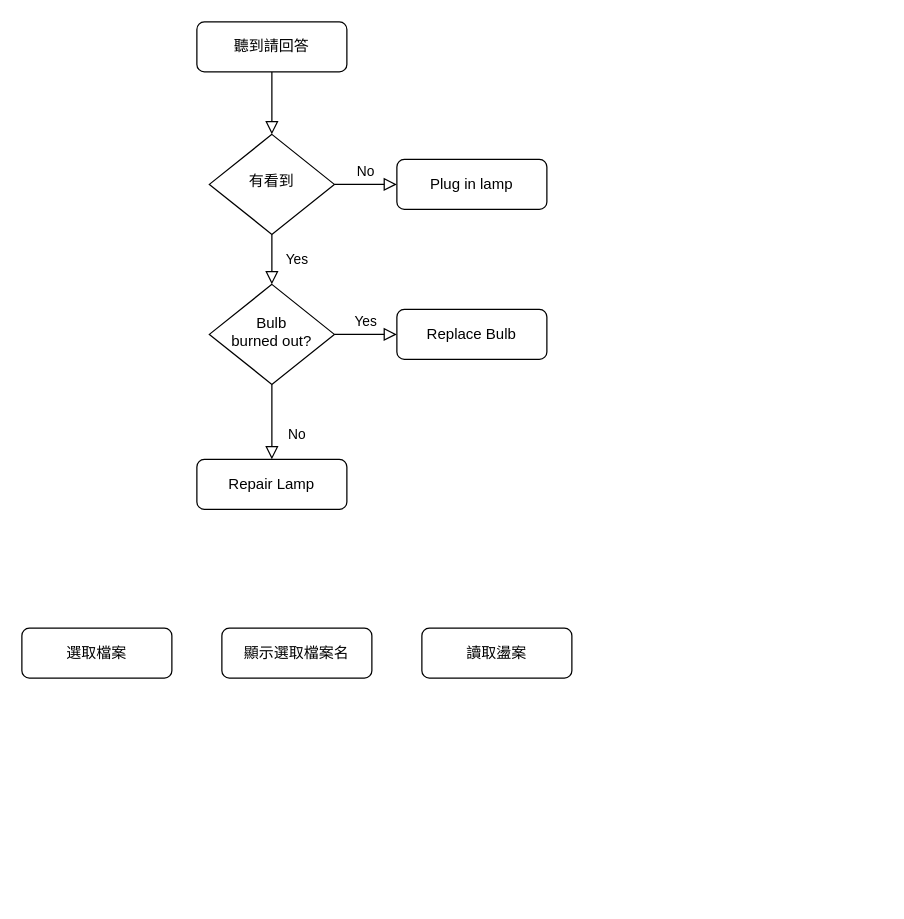
Before: 未命名绘图.drawio in weiyo176/----, a draw.io diagram. Source tidied: cells renumbered, new cells numbered last; positions are measured from the earlier drawing's top-left corner, leaving out a move shared by most shapes. Both pictures are drawn from the tidied source at 125%, with x=0, y=0 at pixel (21, 21).
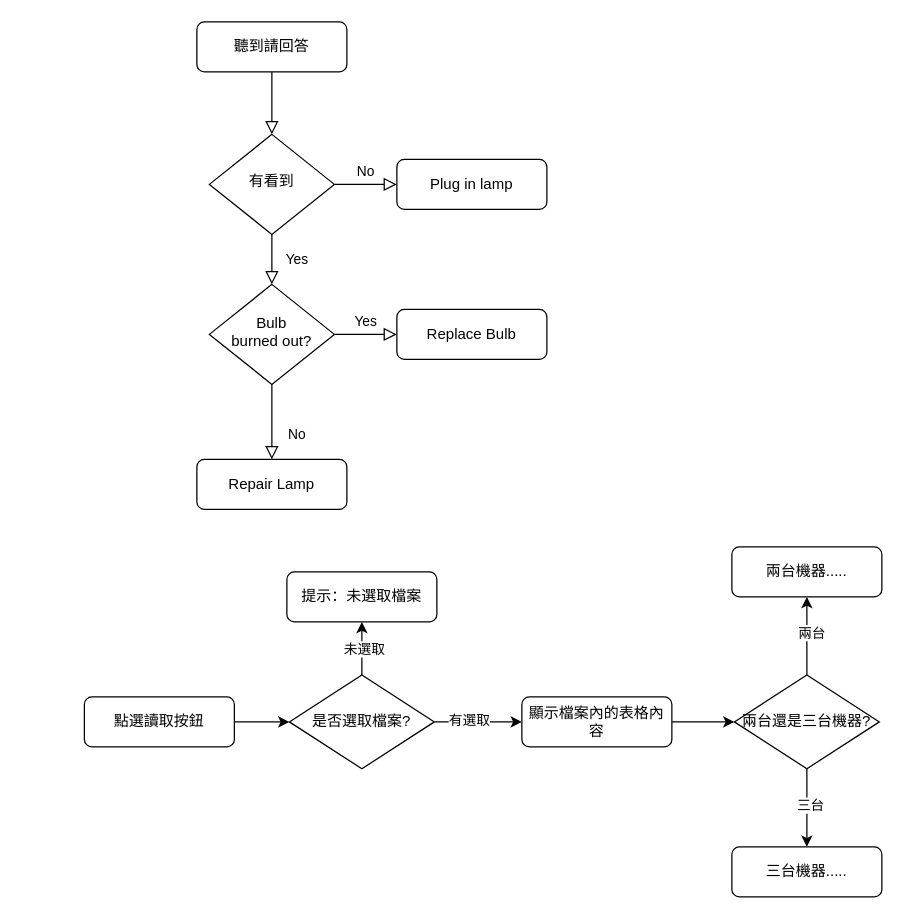
The same page after the edit.

Commit message:
前面的步驟

The edit, as a diff of the source:
```diff
@@
-    <mxCell id="13" value="選取檔案" style="rounded=1;whiteSpace=wrap;html=1;fontSize=12;glass=0;strokeWidth=1;shadow=0;" parent="1" vertex="1">
-      <mxGeometry y="485" width="120" height="40" as="geometry" />
-    </mxCell>
-    <mxCell id="14" value="顯示選取檔案名" style="rounded=1;whiteSpace=wrap;html=1;fontSize=12;glass=0;strokeWidth=1;shadow=0;" parent="1" vertex="1">
-      <mxGeometry x="160" y="485" width="120" height="40" as="geometry" />
-    </mxCell>
+    <mxCell id="16" style="edgeStyle=orthogonalEdgeStyle;rounded=0;jettySize=auto;html=1;" parent="1" edge="1" source="15" target="20">
+      <mxGeometry relative="1" as="geometry" />
+    </mxCell>
-    <mxCell id="15" value="讀取盪案" style="rounded=1;whiteSpace=wrap;html=1;fontSize=12;glass=0;strokeWidth=1;shadow=0;" parent="1" vertex="1">
-      <mxGeometry x="320" y="485" width="120" height="40" as="geometry" />
+    <mxCell id="15" value="點選讀取按鈕" style="rounded=1;whiteSpace=wrap;html=1;fontSize=12;glass=0;strokeWidth=1;shadow=0;" parent="1" vertex="1">
+      <mxGeometry x="50" y="540" width="120" height="40" as="geometry" />
     </mxCell>
+    <mxCell id="17" value="提示：未選取檔案" style="rounded=1;whiteSpace=wrap;html=1;fontSize=12;glass=0;strokeWidth=1;shadow=0;" parent="1" vertex="1">
+      <mxGeometry x="212" y="440" width="120" height="40" as="geometry" />
+    </mxCell>
+    <mxCell id="18" style="edgeStyle=orthogonalEdgeStyle;rounded=0;jettySize=auto;html=1;" parent="1" edge="1" source="20" target="24">
+      <mxGeometry relative="1" as="geometry" />
+    </mxCell>
+    <mxCell id="19" value="有選取" style="edgeLabel;html=1;align=center;verticalAlign=middle;" parent="18" vertex="1">
+      <mxGeometry x="-0.23" y="2" relative="1" as="geometry" />
+    </mxCell>
+    <mxCell id="20" value="是否選取檔案?" style="rhombus;whiteSpace=wrap;html=1;" parent="1" vertex="1">
+      <mxGeometry x="214" y="522.5" width="116" height="75" as="geometry" />
+    </mxCell>
+    <mxCell id="21" style="endArrow=classic;html=1;rounded=0;exitX=0.5;exitY=0;exitDx=0;exitDy=0;entryX=0.5;entryY=1;entryDx=0;entryDy=0;" parent="1" edge="1" source="20" target="17">
+      <mxGeometry relative="1" as="geometry" />
+    </mxCell>
+    <mxCell id="22" value="未選取" style="edgeLabel;html=1;align=center;verticalAlign=middle;" parent="21" vertex="1">
+      <mxGeometry y="-1" relative="1" as="geometry" />
+    </mxCell>
+    <mxCell id="23" style="edgeStyle=orthogonalEdgeStyle;rounded=0;jettySize=auto;html=1;" parent="1" edge="1" source="24" target="29">
+      <mxGeometry relative="1" as="geometry" />
+    </mxCell>
+    <mxCell id="24" value="顯示檔案內的表格內容" style="rounded=1;whiteSpace=wrap;html=1;fontSize=12;glass=0;strokeWidth=1;shadow=0;" parent="1" vertex="1">
+      <mxGeometry x="400" y="540" width="120" height="40" as="geometry" />
+    </mxCell>
+    <mxCell id="25" style="edgeStyle=orthogonalEdgeStyle;rounded=0;jettySize=auto;html=1;" parent="1" edge="1" source="29" target="31">
+      <mxGeometry relative="1" as="geometry" />
+    </mxCell>
+    <mxCell id="26" value="三台" style="edgeLabel;html=1;align=center;verticalAlign=middle;" parent="25" vertex="1">
+      <mxGeometry x="-0.06" y="2" relative="1" as="geometry" />
+    </mxCell>
+    <mxCell id="27" style="edgeStyle=orthogonalEdgeStyle;rounded=0;jettySize=auto;html=1;" parent="1" edge="1" source="29" target="30">
+      <mxGeometry relative="1" as="geometry" />
+    </mxCell>
+    <mxCell id="28" value="兩台" style="edgeLabel;html=1;align=center;verticalAlign=middle;" parent="27" vertex="1">
+      <mxGeometry x="0.08" y="-3" relative="1" as="geometry" />
+    </mxCell>
+    <mxCell id="29" value="兩台還是三台機器?" style="rhombus;whiteSpace=wrap;html=1;" parent="1" vertex="1">
+      <mxGeometry x="570" y="522.5" width="116" height="75" as="geometry" />
+    </mxCell>
+    <mxCell id="30" value="兩台機器....." style="rounded=1;whiteSpace=wrap;html=1;fontSize=12;glass=0;strokeWidth=1;shadow=0;" parent="1" vertex="1">
+      <mxGeometry x="568" y="420" width="120" height="40" as="geometry" />
+    </mxCell>
+    <mxCell id="31" value="三台機器....." style="rounded=1;whiteSpace=wrap;html=1;fontSize=12;glass=0;strokeWidth=1;shadow=0;" parent="1" vertex="1">
+      <mxGeometry x="568" y="660" width="120" height="40" as="geometry" />
+    </mxCell>
```
